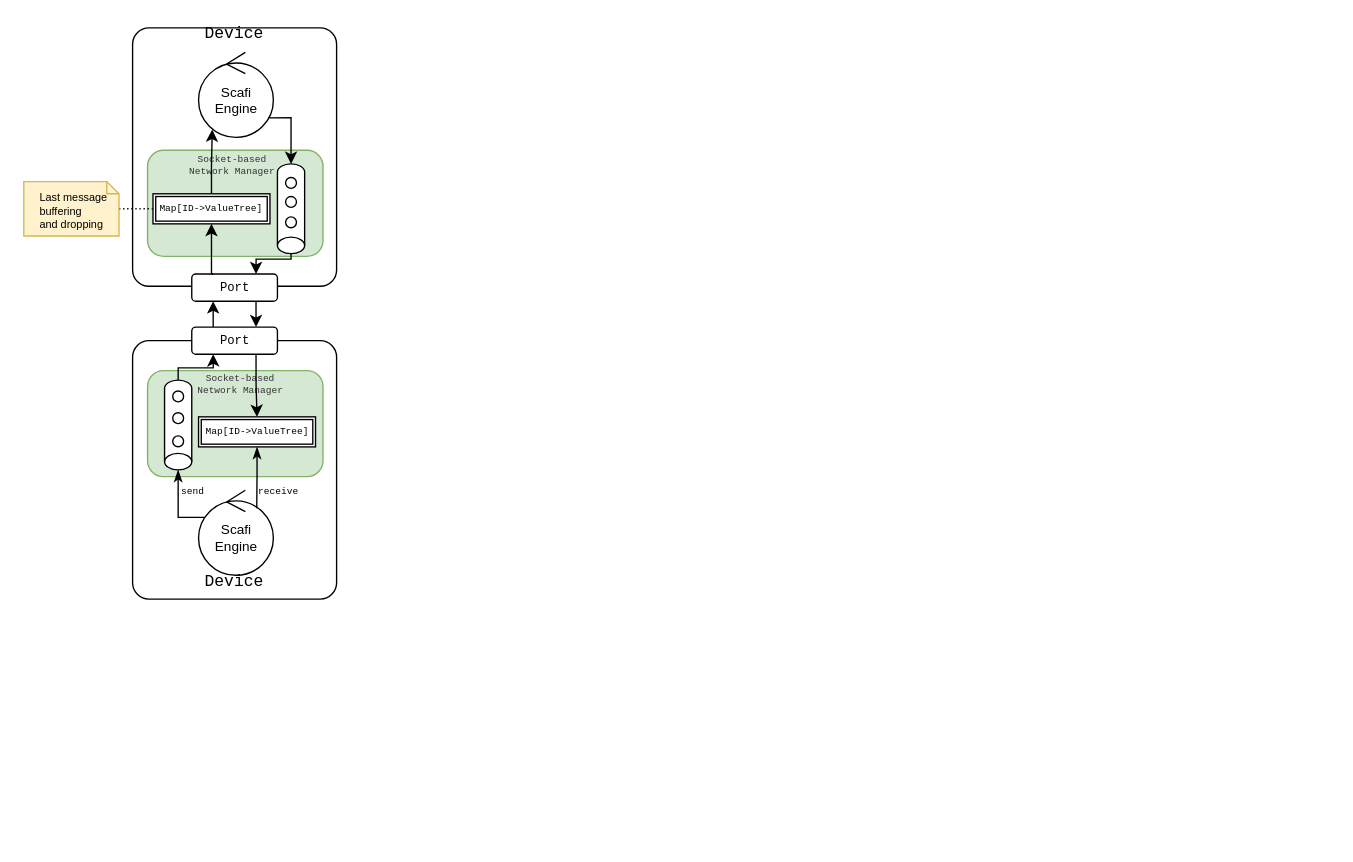
tassiluca/scafi3-mp-api-thesis keeps this draw.io diagram as page "distribution" (7 of 8) of resources/schemas/all-schemas.drawio. Above is the earlier version. Source tidied: cells renumbered, new cells numbered last; positions are measured from the earlier drawing's top-left corner, leaving out a move shared by most shapes. Both pictures are drawn from the tidied source at 136%, with x=0, y=0 at pixel (23, 27).
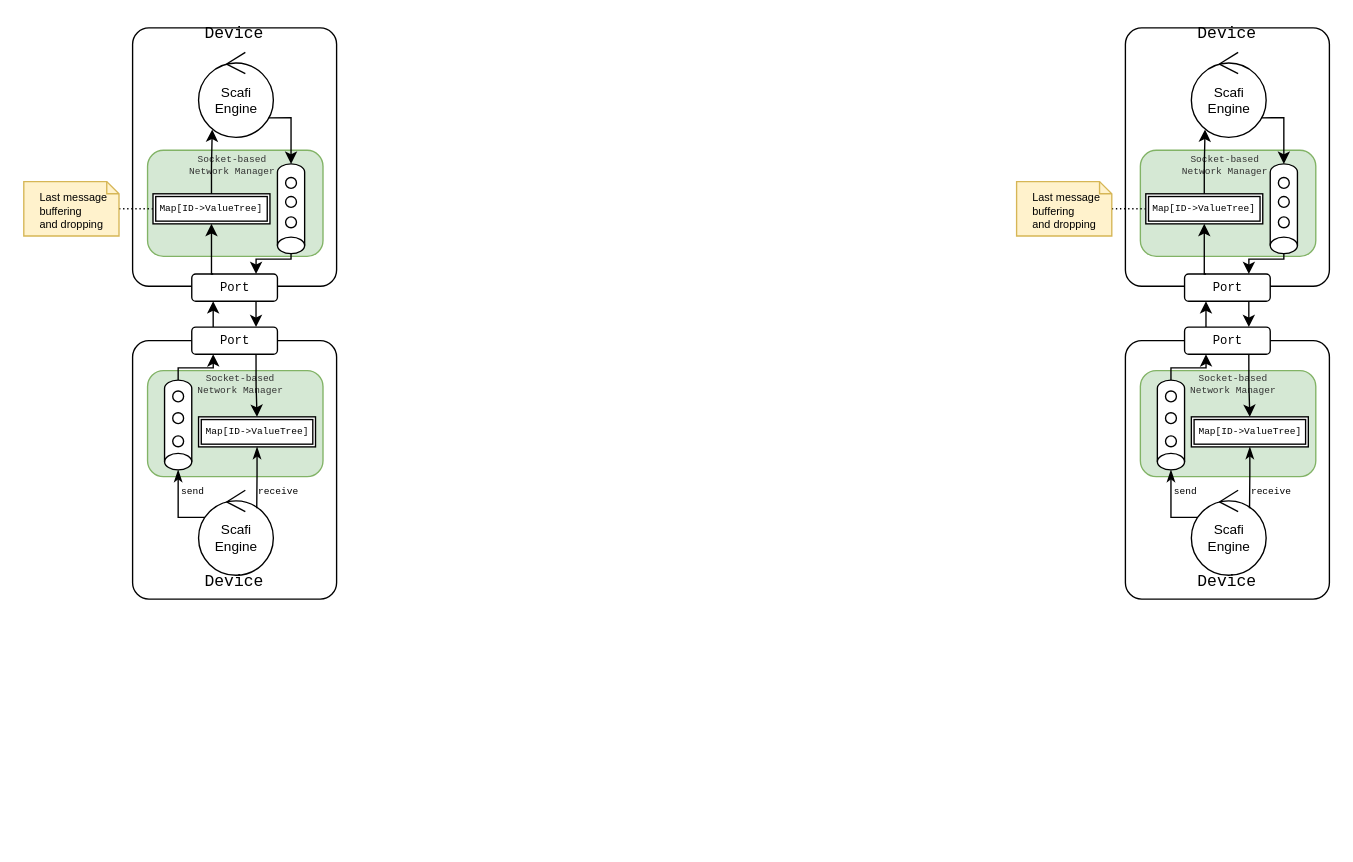
Above is the later version.

The edit, as a diff of the source:
```diff
@@
+    <mxCell id="37" value="&lt;font face=&quot;monospace&quot;&gt;Device&lt;/font&gt;&lt;div&gt;&lt;br&gt;&lt;/div&gt;&lt;div&gt;&lt;font face=&quot;monospace&quot;&gt;&lt;br&gt;&lt;/font&gt;&lt;/div&gt;&lt;div&gt;&lt;font face=&quot;monospace&quot;&gt;&lt;br&gt;&lt;/font&gt;&lt;/div&gt;&lt;div&gt;&lt;font face=&quot;monospace&quot;&gt;&lt;br&gt;&lt;/font&gt;&lt;/div&gt;&lt;div&gt;&lt;font face=&quot;monospace&quot;&gt;&lt;br&gt;&lt;/font&gt;&lt;/div&gt;&lt;div&gt;&lt;font face=&quot;monospace&quot;&gt;&lt;br&gt;&lt;/font&gt;&lt;/div&gt;&lt;div&gt;&lt;font face=&quot;monospace&quot;&gt;&lt;br&gt;&lt;/font&gt;&lt;/div&gt;&lt;div&gt;&lt;font face=&quot;monospace&quot;&gt;&lt;br&gt;&lt;/font&gt;&lt;/div&gt;&lt;div&gt;&lt;font face=&quot;monospace&quot;&gt;&lt;br&gt;&lt;/font&gt;&lt;/div&gt;&lt;div&gt;&lt;font face=&quot;monospace&quot;&gt;&lt;br&gt;&lt;/font&gt;&lt;/div&gt;&lt;div&gt;&amp;nbsp;&lt;/div&gt;&lt;div&gt;&lt;br&gt;&lt;/div&gt;" style="rounded=1;whiteSpace=wrap;html=1;arcSize=8;" parent="1" vertex="1">
+      <mxGeometry x="810" width="150" height="190" as="geometry" />
+    </mxCell>
+    <mxCell id="38" value="&lt;pre style=&quot;line-height: 30%; font-size: 7px;&quot;&gt;&lt;br&gt;&lt;/pre&gt;" style="rounded=1;whiteSpace=wrap;html=1;fillColor=#d5e8d4;strokeColor=#82b366;" parent="1" vertex="1">
+      <mxGeometry x="821" y="90" width="129" height="78" as="geometry" />
+    </mxCell>
+    <mxCell id="39" value="&lt;pre style=&quot;forced-color-adjust: none; color: rgb(51, 51, 51); font-style: normal; font-variant-ligatures: normal; font-variant-caps: normal; font-weight: 400; letter-spacing: normal; orphans: 2; text-align: center; text-indent: 0px; text-transform: none; widows: 2; word-spacing: 0px; -webkit-text-stroke-width: 0px; text-decoration-thickness: initial; text-decoration-style: initial; text-decoration-color: initial; line-height: 2.1px; font-size: 7px;&quot;&gt;&lt;span style=&quot;white-space: normal;&quot;&gt;Socket-based&lt;/span&gt;&lt;br&gt;&lt;/pre&gt;&lt;pre style=&quot;forced-color-adjust: none; color: rgb(51, 51, 51); font-style: normal; font-variant-ligatures: normal; font-variant-caps: normal; font-weight: 400; letter-spacing: normal; orphans: 2; text-align: center; text-indent: 0px; text-transform: none; widows: 2; word-spacing: 0px; -webkit-text-stroke-width: 0px; text-decoration-thickness: initial; text-decoration-style: initial; text-decoration-color: initial; line-height: 2.1px; font-size: 7px;&quot;&gt;&lt;font style=&quot;forced-color-adjust: none; font-size: 7px;&quot;&gt;Network Manager&lt;/font&gt;&lt;/pre&gt;" style="text;whiteSpace=wrap;html=1;" parent="1" vertex="1">
+      <mxGeometry x="849.5" y="82" width="100" height="40" as="geometry" />
+    </mxCell>
+    <mxCell id="40" value="&lt;div style=&quot;font-size: 10px;&quot;&gt;Scafi&lt;/div&gt;&lt;div style=&quot;font-size: 10px;&quot;&gt;Engine&lt;/div&gt;" style="ellipse;shape=umlControl;whiteSpace=wrap;html=1;fillColor=none;strokeColor=#000000;shadow=0;" parent="1" vertex="1">
+      <mxGeometry x="858.5" y="18" width="55" height="62.5" as="geometry" />
+    </mxCell>
+    <mxCell id="41" value="&lt;pre&gt;&lt;font style=&quot;font-size: 9px;&quot;&gt;Port&lt;/font&gt;&lt;/pre&gt;" style="rounded=1;whiteSpace=wrap;html=1;rotation=0;" parent="1" vertex="1">
+      <mxGeometry x="853.5" y="181" width="63" height="20" as="geometry" />
+    </mxCell>
+    <mxCell id="42" style="shape=cylinder3;whiteSpace=wrap;html=1;boundedLbl=1;backgroundOutline=1;size=6.055555555555486;rotation=-180;" parent="1" vertex="1">
+      <mxGeometry x="916.5" y="100" width="20" height="66" as="geometry" />
+    </mxCell>
+    <mxCell id="43" style="edgeStyle=orthogonalEdgeStyle;rounded=0;jettySize=auto;html=1;exitX=0.5;exitY=0;exitDx=0;exitDy=0;exitPerimeter=0;entryX=0.75;entryY=0;entryDx=0;entryDy=0;" parent="1" edge="1" source="42" target="41">
+      <mxGeometry relative="1" as="geometry">
+        <Array as="points">
+          <mxPoint x="927" y="170" />
+          <mxPoint x="901" y="170" />
+        </Array>
+      </mxGeometry>
+    </mxCell>
+    <mxCell id="44" style="edgeStyle=orthogonalEdgeStyle;rounded=0;jettySize=auto;html=1;entryX=0.5;entryY=1;entryDx=0;entryDy=0;entryPerimeter=0;exitX=0.935;exitY=0.77;exitDx=0;exitDy=0;exitPerimeter=0;" parent="1" edge="1" source="40" target="42">
+      <mxGeometry relative="1" as="geometry">
+        <Array as="points">
+          <mxPoint x="927" y="66" />
+        </Array>
+      </mxGeometry>
+    </mxCell>
+    <mxCell id="45" value="&lt;pre style=&quot;line-height: 30%; font-size: 7px;&quot;&gt;Map[ID-&amp;gt;ValueTree]&lt;/pre&gt;" style="shape=ext;double=1;rounded=0;whiteSpace=wrap;html=1;" parent="1" vertex="1">
+      <mxGeometry x="825" y="122" width="86" height="22.1" as="geometry" />
+    </mxCell>
+    <mxCell id="46" style="edgeStyle=orthogonalEdgeStyle;rounded=0;jettySize=auto;html=1;exitX=0.25;exitY=0;exitDx=0;exitDy=0;entryX=0.5;entryY=1;entryDx=0;entryDy=0;" parent="1" edge="1" source="41" target="45">
+      <mxGeometry relative="1" as="geometry" />
+    </mxCell>
+    <mxCell id="47" style="edgeStyle=orthogonalEdgeStyle;rounded=0;jettySize=auto;html=1;entryX=0.183;entryY=0.908;entryDx=0;entryDy=0;entryPerimeter=0;" parent="1" edge="1" source="45" target="40">
+      <mxGeometry relative="1" as="geometry" />
+    </mxCell>
+    <mxCell id="48" style="ellipse;whiteSpace=wrap;html=1;" parent="1" vertex="1">
+      <mxGeometry x="922.5" y="110" width="8" height="8" as="geometry" />
+    </mxCell>
+    <mxCell id="49" style="ellipse;whiteSpace=wrap;html=1;" parent="1" vertex="1">
+      <mxGeometry x="922.5" y="124" width="8" height="8" as="geometry" />
+    </mxCell>
+    <mxCell id="50" style="ellipse;whiteSpace=wrap;html=1;" parent="1" vertex="1">
+      <mxGeometry x="922.5" y="139" width="8" height="8" as="geometry" />
+    </mxCell>
+    <mxCell id="51" style="edgeStyle=orthogonalEdgeStyle;rounded=0;jettySize=auto;html=1;entryX=0;entryY=0.5;entryDx=0;entryDy=0;dashed=1;dashPattern=1 2;endArrow=none;endFill=0;" parent="1" edge="1" source="52" target="45">
+      <mxGeometry relative="1" as="geometry" />
+    </mxCell>
+    <mxCell id="52" value="&lt;font style=&quot;font-size: 8px;&quot;&gt;Last message&lt;/font&gt;&lt;div style=&quot;font-size: 8px;&quot;&gt;&lt;font style=&quot;font-size: 8px;&quot;&gt;buffering&lt;/font&gt;&lt;/div&gt;&lt;div style=&quot;font-size: 8px;&quot;&gt;&lt;font style=&quot;font-size: 8px;&quot;&gt;and dropping&lt;/font&gt;&lt;/div&gt;" style="shape=note;size=9;align=left;spacingLeft=10;html=1;whiteSpace=wrap;fillColor=#fff2cc;strokeColor=#d6b656;" parent="1" vertex="1">
+      <mxGeometry x="730" y="113" width="70" height="40" as="geometry" />
+    </mxCell>
+    <mxCell id="53" value="&lt;div&gt;&lt;font face=&quot;monospace&quot;&gt;&lt;br&gt;&lt;/font&gt;&lt;/div&gt;&lt;font face=&quot;monospace&quot;&gt;&lt;div&gt;&lt;font face=&quot;monospace&quot;&gt;&lt;br&gt;&lt;/font&gt;&lt;/div&gt;&lt;div&gt;&lt;font face=&quot;monospace&quot;&gt;&lt;br&gt;&lt;/font&gt;&lt;/div&gt;&lt;div&gt;&lt;font face=&quot;monospace&quot;&gt;&lt;br&gt;&lt;/font&gt;&lt;/div&gt;&lt;div&gt;&lt;font face=&quot;monospace&quot;&gt;&lt;br&gt;&lt;/font&gt;&lt;/div&gt;&lt;div&gt;&lt;font face=&quot;monospace&quot;&gt;&lt;br&gt;&lt;/font&gt;&lt;/div&gt;&lt;div&gt;&lt;font face=&quot;monospace&quot;&gt;&lt;br&gt;&lt;/font&gt;&lt;/div&gt;&lt;div&gt;&lt;font face=&quot;monospace&quot;&gt;&lt;br&gt;&lt;/font&gt;&lt;/div&gt;&lt;div&gt;&lt;font face=&quot;monospace&quot;&gt;&lt;br&gt;&lt;/font&gt;&lt;/div&gt;&lt;div&gt;&lt;font face=&quot;monospace&quot;&gt;&lt;br&gt;&lt;/font&gt;&lt;/div&gt;&lt;div&gt;&lt;font face=&quot;monospace&quot;&gt;&lt;br&gt;&lt;/font&gt;&lt;/div&gt;&lt;div&gt;&lt;font face=&quot;monospace&quot;&gt;&lt;br&gt;&lt;/font&gt;&lt;/div&gt;&lt;div&gt;&lt;font face=&quot;monospace&quot;&gt;&lt;br&gt;&lt;/font&gt;&lt;/div&gt;&lt;div&gt;&lt;font face=&quot;monospace&quot;&gt;&lt;br&gt;&lt;/font&gt;&lt;/div&gt;&lt;div&gt;&lt;font face=&quot;monospace&quot;&gt;&lt;br&gt;&lt;/font&gt;&lt;/div&gt;&lt;div&gt;&lt;font face=&quot;monospace&quot;&gt;&lt;br&gt;&lt;/font&gt;&lt;/div&gt;&lt;div&gt;&lt;font face=&quot;monospace&quot;&gt;&lt;br&gt;&lt;/font&gt;&lt;/div&gt;&lt;div&gt;&lt;font face=&quot;monospace&quot;&gt;&lt;br&gt;&lt;/font&gt;&lt;/div&gt;&lt;div&gt;&lt;font face=&quot;monospace&quot;&gt;&lt;br&gt;&lt;/font&gt;&lt;/div&gt;&lt;div&gt;&lt;font face=&quot;monospace&quot;&gt;&lt;br&gt;&lt;/font&gt;&lt;/div&gt;&lt;div&gt;&lt;font face=&quot;monospace&quot;&gt;&lt;br&gt;&lt;/font&gt;&lt;/div&gt;&lt;div&gt;&lt;font face=&quot;monospace&quot;&gt;&lt;br&gt;&lt;/font&gt;&lt;/div&gt;&lt;div&gt;&lt;font face=&quot;monospace&quot;&gt;&lt;br&gt;&lt;/font&gt;&lt;/div&gt;&lt;div&gt;&lt;font face=&quot;monospace&quot;&gt;&lt;br&gt;&lt;/font&gt;&lt;/div&gt;Device&lt;/font&gt;&lt;div&gt;&lt;br&gt;&lt;/div&gt;&lt;div&gt;&lt;font face=&quot;monospace&quot;&gt;&lt;br&gt;&lt;/font&gt;&lt;/div&gt;&lt;div&gt;&lt;font face=&quot;monospace&quot;&gt;&lt;br&gt;&lt;/font&gt;&lt;/div&gt;&lt;div&gt;&lt;font face=&quot;monospace&quot;&gt;&lt;br&gt;&lt;/font&gt;&lt;/div&gt;&lt;div&gt;&lt;font face=&quot;monospace&quot;&gt;&lt;br&gt;&lt;/font&gt;&lt;/div&gt;&lt;div&gt;&lt;font face=&quot;monospace&quot;&gt;&lt;br&gt;&lt;/font&gt;&lt;/div&gt;&lt;div&gt;&lt;font face=&quot;monospace&quot;&gt;&lt;br&gt;&lt;/font&gt;&lt;/div&gt;&lt;div&gt;&lt;font face=&quot;monospace&quot;&gt;&lt;br&gt;&lt;/font&gt;&lt;/div&gt;&lt;div&gt;&lt;font face=&quot;monospace&quot;&gt;&lt;br&gt;&lt;/font&gt;&lt;/div&gt;&lt;div&gt;&lt;font face=&quot;monospace&quot;&gt;&lt;br&gt;&lt;/font&gt;&lt;/div&gt;&lt;div&gt;&amp;nbsp;&lt;/div&gt;&lt;div&gt;&lt;br&gt;&lt;/div&gt;" style="rounded=1;whiteSpace=wrap;html=1;arcSize=8;" parent="1" vertex="1">
+      <mxGeometry x="810" y="230" width="150" height="190" as="geometry" />
+    </mxCell>
+    <mxCell id="54" value="&lt;pre style=&quot;line-height: 30%; font-size: 7px;&quot;&gt;&lt;br&gt;&lt;/pre&gt;" style="rounded=1;whiteSpace=wrap;html=1;fillColor=#d5e8d4;strokeColor=#82b366;" parent="1" vertex="1">
+      <mxGeometry x="821" y="252" width="129" height="78" as="geometry" />
+    </mxCell>
+    <mxCell id="55" value="&lt;pre style=&quot;forced-color-adjust: none; color: rgb(51, 51, 51); font-style: normal; font-variant-ligatures: normal; font-variant-caps: normal; font-weight: 400; letter-spacing: normal; orphans: 2; text-align: center; text-indent: 0px; text-transform: none; widows: 2; word-spacing: 0px; -webkit-text-stroke-width: 0px; text-decoration-thickness: initial; text-decoration-style: initial; text-decoration-color: initial; line-height: 2.1px; font-size: 7px;&quot;&gt;&lt;span style=&quot;white-space: normal;&quot;&gt;Socket-based&lt;/span&gt;&lt;br&gt;&lt;/pre&gt;&lt;pre style=&quot;forced-color-adjust: none; color: rgb(51, 51, 51); font-style: normal; font-variant-ligatures: normal; font-variant-caps: normal; font-weight: 400; letter-spacing: normal; orphans: 2; text-align: center; text-indent: 0px; text-transform: none; widows: 2; word-spacing: 0px; -webkit-text-stroke-width: 0px; text-decoration-thickness: initial; text-decoration-style: initial; text-decoration-color: initial; line-height: 2.1px; font-size: 7px;&quot;&gt;&lt;font style=&quot;forced-color-adjust: none; font-size: 7px;&quot;&gt;Network Manager&lt;/font&gt;&lt;/pre&gt;" style="text;whiteSpace=wrap;html=1;fillColor=none;" parent="1" vertex="1">
+      <mxGeometry x="855.5" y="243" width="100" height="40" as="geometry" />
+    </mxCell>
+    <mxCell id="56" value="&lt;div style=&quot;font-size: 10px;&quot;&gt;Scafi&lt;/div&gt;&lt;div style=&quot;font-size: 10px;&quot;&gt;Engine&lt;/div&gt;" style="ellipse;shape=umlControl;whiteSpace=wrap;html=1;fillColor=none;strokeColor=#000000;shadow=0;" parent="1" vertex="1">
+      <mxGeometry x="858.5" y="340" width="55" height="62.5" as="geometry" />
+    </mxCell>
+    <mxCell id="57" value="&lt;pre&gt;&lt;font style=&quot;font-size: 9px;&quot;&gt;Port&lt;/font&gt;&lt;/pre&gt;" style="rounded=1;whiteSpace=wrap;html=1;rotation=0;" parent="1" vertex="1">
+      <mxGeometry x="853.5" y="220" width="63" height="20" as="geometry" />
+    </mxCell>
+    <mxCell id="58" value="&lt;pre style=&quot;line-height: 30%; font-size: 7px;&quot;&gt;Map[ID-&amp;gt;ValueTree]&lt;/pre&gt;" style="shape=ext;double=1;rounded=0;whiteSpace=wrap;html=1;" parent="1" vertex="1">
+      <mxGeometry x="858.5" y="286" width="86" height="22.1" as="geometry" />
+    </mxCell>
+    <mxCell id="59" style="edgeStyle=orthogonalEdgeStyle;rounded=0;jettySize=auto;html=1;exitX=0.75;exitY=1;exitDx=0;exitDy=0;entryX=0.5;entryY=0;entryDx=0;entryDy=0;" parent="1" edge="1" source="57" target="58">
+      <mxGeometry relative="1" as="geometry" />
+    </mxCell>
+    <mxCell id="60" style="edgeStyle=orthogonalEdgeStyle;rounded=0;jettySize=auto;html=1;entryX=0.778;entryY=0.212;entryDx=0;entryDy=0;entryPerimeter=0;startArrow=classicThin;startFill=1;endArrow=none;endFill=0;" parent="1" edge="1" source="58" target="56">
+      <mxGeometry relative="1" as="geometry" />
+    </mxCell>
+    <mxCell id="61" value="&lt;pre&gt;&lt;font style=&quot;font-size: 7px;&quot;&gt;receive&lt;/font&gt;&lt;/pre&gt;" style="edgeLabel;html=1;align=center;verticalAlign=middle;labelBackgroundColor=none;" parent="60" vertex="1">
+      <mxGeometry x="0.37" relative="1" as="geometry">
+        <mxPoint x="15" y="1" as="offset" />
+      </mxGeometry>
+    </mxCell>
+    <mxCell id="62" style="edgeStyle=orthogonalEdgeStyle;rounded=0;jettySize=auto;html=1;entryX=0.083;entryY=0.318;entryDx=0;entryDy=0;entryPerimeter=0;exitX=0.5;exitY=0;exitDx=0;exitDy=0;exitPerimeter=0;startArrow=classicThin;startFill=1;endArrow=none;endFill=0;" parent="1" edge="1" source="67" target="56">
+      <mxGeometry relative="1" as="geometry">
+        <Array as="points">
+          <mxPoint x="844" y="360" />
+        </Array>
+      </mxGeometry>
+    </mxCell>
+    <mxCell id="63" value="&lt;pre style=&quot;line-height: 0%;&quot;&gt;&lt;font style=&quot;font-size: 7px;&quot;&gt;send&lt;/font&gt;&lt;/pre&gt;" style="edgeLabel;html=1;align=center;verticalAlign=middle;labelBackgroundColor=none;" parent="62" vertex="1">
+      <mxGeometry x="-0.14" y="1" relative="1" as="geometry">
+        <mxPoint x="9" y="-9" as="offset" />
+      </mxGeometry>
+    </mxCell>
+    <mxCell id="64" style="endArrow=none;html=1;rounded=0;exitX=0.75;exitY=0;exitDx=0;exitDy=0;entryX=0.75;entryY=1;entryDx=0;entryDy=0;startArrow=classic;startFill=1;endFill=0;" parent="1" edge="1" source="57" target="41">
+      <mxGeometry relative="1" as="geometry" />
+    </mxCell>
+    <mxCell id="65" style="endArrow=classic;html=1;rounded=0;exitX=0.25;exitY=0;exitDx=0;exitDy=0;entryX=0.25;entryY=1;entryDx=0;entryDy=0;" parent="1" edge="1" source="57" target="41">
+      <mxGeometry relative="1" as="geometry" />
+    </mxCell>
+    <mxCell id="66" style="group;" parent="1" vertex="1">
+      <mxGeometry x="833.5" y="259" width="20" height="66" as="geometry" />
+    </mxCell>
+    <mxCell id="67" style="shape=cylinder3;whiteSpace=wrap;html=1;boundedLbl=1;backgroundOutline=1;size=6.055555555555486;rotation=-180;" parent="66" vertex="1">
+      <mxGeometry width="20" height="66" as="geometry" />
+    </mxCell>
+    <mxCell id="68" style="ellipse;whiteSpace=wrap;html=1;" parent="66" vertex="1">
+      <mxGeometry x="6" y="8" width="8" height="8" as="geometry" />
+    </mxCell>
+    <mxCell id="69" style="ellipse;whiteSpace=wrap;html=1;" parent="66" vertex="1">
+      <mxGeometry x="6" y="24" width="8" height="8" as="geometry" />
+    </mxCell>
+    <mxCell id="70" style="ellipse;whiteSpace=wrap;html=1;" parent="66" vertex="1">
+      <mxGeometry x="6" y="41" width="8" height="8" as="geometry" />
+    </mxCell>
+    <mxCell id="71" style="edgeStyle=orthogonalEdgeStyle;rounded=0;jettySize=auto;html=1;entryX=0.25;entryY=1;entryDx=0;entryDy=0;" parent="1" edge="1" source="67" target="57">
+      <mxGeometry relative="1" as="geometry">
+        <Array as="points">
+          <mxPoint x="844" y="250" />
+          <mxPoint x="869" y="250" />
+        </Array>
+      </mxGeometry>
+    </mxCell>
```
